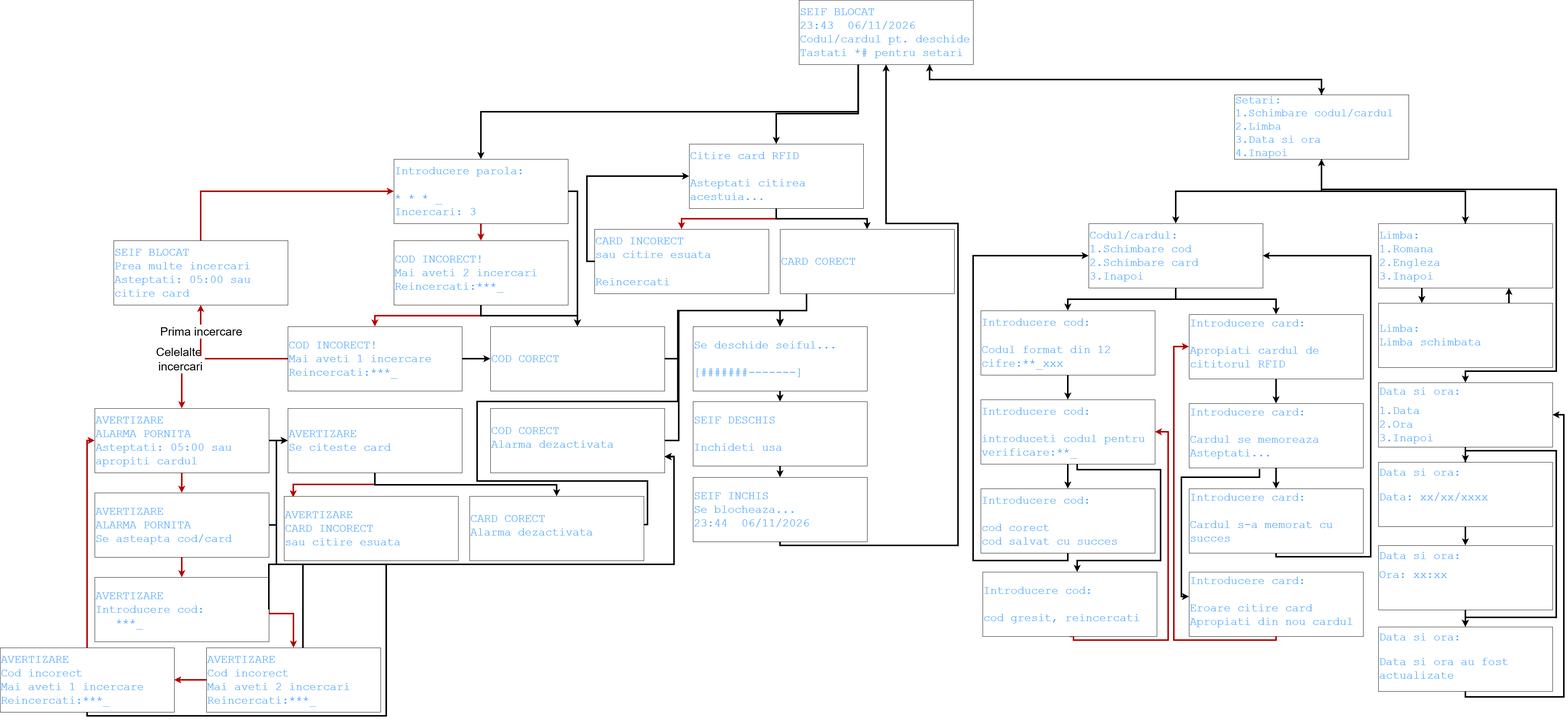
The draw.io diagram Doc/Display interface.png in ANTzacalie/STM32-Based-Electronic-Safe, before a commit. Source tidied: cells renumbered, new cells last; positions are measured from the earlier drawing's top-left corner, leaving out a move shared by most shapes.
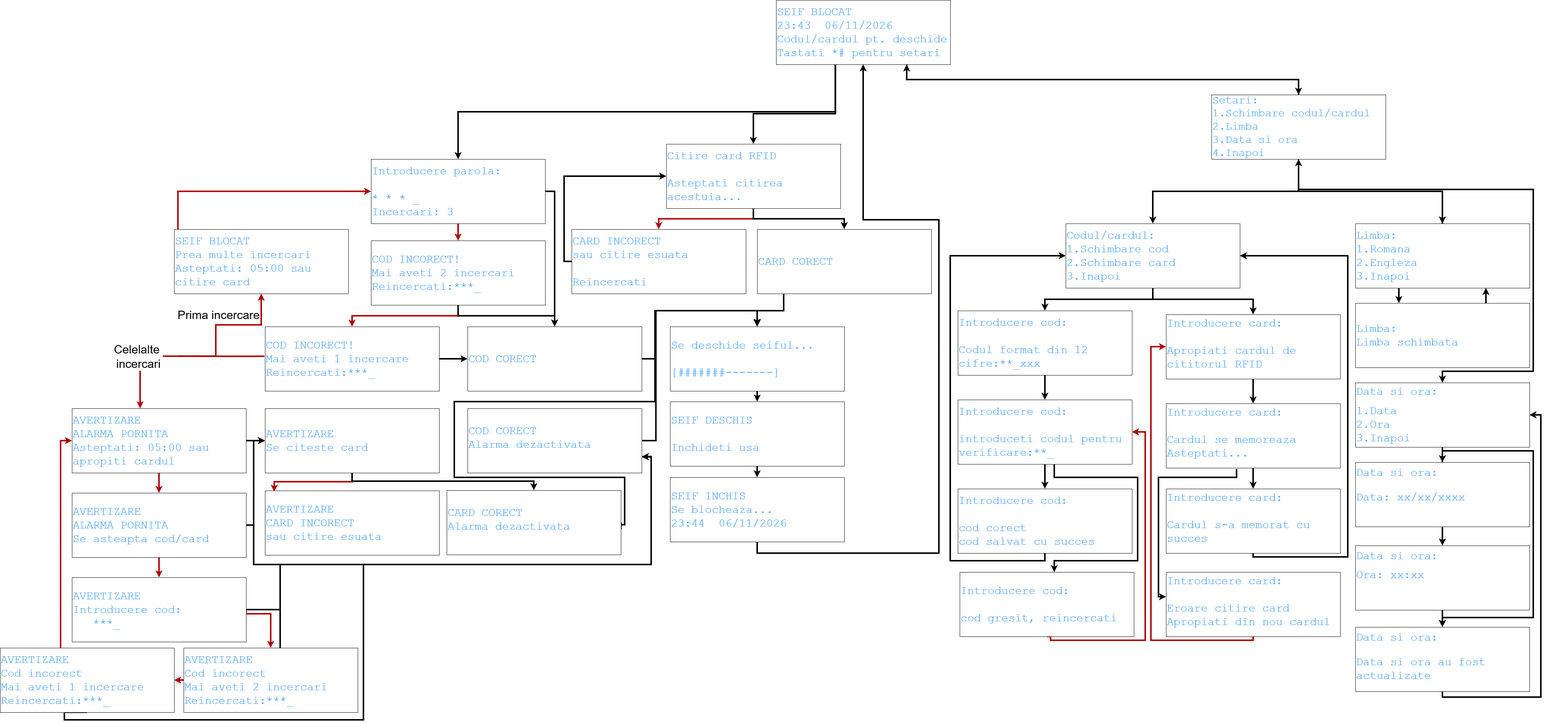
After the commit.

The edit, as a diff of the source:
```diff
@@ -27,7 +27,7 @@
       </mxGeometry>
     </mxCell>
     <mxCell id="7" value="&lt;span style=&quot;color: rgb(74, 163, 255); font-family: &amp;quot;Courier New&amp;quot;, Courier, monospace; font-size: 30px; white-space: pre;&quot;&gt;SEIF BLOCAT&lt;br&gt;Prea multe incercari&lt;br&gt;Asteptati: 05:00 sau &lt;/span&gt;&lt;div&gt;&lt;span style=&quot;color: rgb(74, 163, 255); font-family: &amp;quot;Courier New&amp;quot;, Courier, monospace; font-size: 30px; white-space: pre;&quot;&gt;citire card&lt;/span&gt;&lt;/div&gt;" style="rounded=0;whiteSpace=wrap;html=1;align=left;" parent="1" vertex="1">
-      <mxGeometry x="300" y="635" width="460" height="170" as="geometry" />
+      <mxGeometry x="520" y="605" width="460" height="170" as="geometry" />
     </mxCell>
     <mxCell id="8" style="edgeStyle=orthogonalEdgeStyle;rounded=0;jettySize=auto;html=1;defaultLabelBackgroundColor=page;strokeWidth=4;fillColor=#e51400;strokeColor=light-dark(#B20000,#FF5E23);" parent="1" edge="1" source="10" target="12">
       <mxGeometry relative="1" as="geometry" />
@@ -57,12 +57,12 @@
       <mxGeometry x="1830" y="1060" width="460" height="170" as="geometry" />
     </mxCell>
     <mxCell id="17" style="edgeStyle=orthogonalEdgeStyle;rounded=0;jettySize=auto;html=1;entryX=0.5;entryY=1;entryDx=0;entryDy=0;defaultLabelBackgroundColor=page;exitX=0.5;exitY=1;exitDx=0;exitDy=0;strokeWidth=4;strokeColor=light-dark(#000000,#00CC00);" parent="1" edge="1" source="18" target="5">
-      <mxGeometry x="-0.01" relative="1" as="geometry">
+      <mxGeometry x="0.01" relative="1" as="geometry">
         <Array as="points">
-          <mxPoint x="2060" y="1440" />
-          <mxPoint x="2530" y="1440" />
-          <mxPoint x="2530" y="590" />
-          <mxPoint x="2340" y="590" />
+          <mxPoint x="2060" y="1460" />
+          <mxPoint x="2540" y="1460" />
+          <mxPoint x="2540" y="580" />
+          <mxPoint x="2340" y="580" />
         </Array>
       </mxGeometry>
     </mxCell>
@@ -190,8 +190,8 @@
     <mxCell id="47" style="edgeStyle=orthogonalEdgeStyle;rounded=0;jettySize=auto;html=1;defaultLabelBackgroundColor=page;strokeWidth=4;exitX=0.554;exitY=0.971;exitDx=0;exitDy=0;exitPerimeter=0;entryX=0.543;entryY=0;entryDx=0;entryDy=0;entryPerimeter=0;" parent="1" edge="1" source="49" target="61">
       <mxGeometry x="0.32" relative="1" as="geometry">
         <Array as="points">
-          <mxPoint x="2844.8" y="1240" />
-          <mxPoint x="3065" y="1240" />
+          <mxPoint x="2844.8" y="1260" />
+          <mxPoint x="3065" y="1260" />
           <mxPoint x="3065" y="1480" />
           <mxPoint x="2844.8" y="1480" />
         </Array>
@@ -283,8 +283,8 @@
           <mxPoint x="1465" y="1395" />
           <mxPoint x="1465" y="1385" />
           <mxPoint x="1710" y="1385" />
-          <mxPoint x="1710" y="1270" />
-          <mxPoint x="1260" y="1270" />
+          <mxPoint x="1710" y="1260" />
+          <mxPoint x="1260" y="1260" />
           <mxPoint x="1260" y="1060" />
           <mxPoint x="1790" y="1060" />
           <mxPoint x="1790" y="820" />
@@ -293,7 +293,7 @@
       </mxGeometry>
     </mxCell>
     <mxCell id="65" value="&lt;font face=&quot;Courier New, Courier, monospace&quot;&gt;&lt;span style=&quot;font-size: 30px; white-space: pre;&quot;&gt;CARD CORECT&lt;br&gt;Alarma dezactivata&lt;/span&gt;&lt;/font&gt;&lt;div&gt;&lt;br&gt;&lt;/div&gt;" style="rounded=0;whiteSpace=wrap;html=1;align=left;fontColor=#4AA3FF;" parent="1" vertex="1">
-      <mxGeometry x="1240" y="1310" width="460" height="170" as="geometry" />
+      <mxGeometry x="1240" y="1294" width="460" height="170" as="geometry" />
     </mxCell>
     <mxCell id="66" style="edgeStyle=orthogonalEdgeStyle;rounded=0;jettySize=auto;html=1;defaultLabelBackgroundColor=page;strokeWidth=4;strokeColor=light-dark(#B20000,#FF5E23);" parent="1" edge="1" source="68" target="72">
       <mxGeometry relative="1" as="geometry" />
@@ -334,8 +334,8 @@
     <mxCell id="74" style="edgeStyle=orthogonalEdgeStyle;rounded=0;jettySize=auto;html=1;exitX=0.5;exitY=1;exitDx=0;exitDy=0;defaultLabelBackgroundColor=page;strokeWidth=4;strokeColor=light-dark(#000000,#00CC00);entryX=0.5;entryY=0;entryDx=0;entryDy=0;" parent="1" edge="1" source="75" target="65">
       <mxGeometry x="0.81" relative="1" as="geometry">
         <Array as="points">
-          <mxPoint x="990" y="1280" />
-          <mxPoint x="1470" y="1280" />
+          <mxPoint x="990" y="1270" />
+          <mxPoint x="1470" y="1270" />
         </Array>
       </mxGeometry>
     </mxCell>
@@ -343,7 +343,7 @@
       <mxGeometry x="760" y="1078" width="460" height="170" as="geometry" />
     </mxCell>
     <mxCell id="76" value="&lt;div&gt;&lt;span style=&quot;font-family: &amp;quot;Courier New&amp;quot;, Courier, monospace; font-size: 30px; white-space: pre;&quot;&gt;AVERTIZARE&lt;/span&gt;&lt;/div&gt;&lt;div&gt;&lt;span style=&quot;font-family: &amp;quot;Courier New&amp;quot;, Courier, monospace; font-size: 30px; white-space: pre;&quot;&gt;CARD INCORECT&lt;/span&gt;&lt;br style=&quot;font-family: &amp;quot;Courier New&amp;quot;, Courier, monospace; font-size: 30px; white-space: pre;&quot;&gt;&lt;span style=&quot;font-family: &amp;quot;Courier New&amp;quot;, Courier, monospace; font-size: 30px; white-space: pre;&quot;&gt;sau citire esuata&lt;/span&gt;&lt;/div&gt;" style="rounded=0;whiteSpace=wrap;html=1;align=left;fontColor=#4AA3FF;" parent="1" vertex="1">
-      <mxGeometry x="750" y="1310" width="460" height="170" as="geometry" />
+      <mxGeometry x="760" y="1295" width="460" height="170" as="geometry" />
     </mxCell>
     <mxCell id="77" style="edgeStyle=orthogonalEdgeStyle;rounded=0;jettySize=auto;html=1;defaultLabelBackgroundColor=page;strokeWidth=4;strokeColor=light-dark(#B20000,#FF5E23);" parent="1" edge="1" source="79" target="87">
       <mxGeometry relative="1" as="geometry" />
@@ -365,22 +365,33 @@
     <mxCell id="81" value="&lt;span style=&quot;color: rgb(74, 163, 255); font-family: &amp;quot;Courier New&amp;quot;, Courier, monospace; font-size: 30px; white-space: pre;&quot;&gt;CARD CORECT&lt;br&gt;&lt;/span&gt;" style="rounded=0;whiteSpace=wrap;html=1;align=left;strokeWidth=1;" parent="1" vertex="1">
       <mxGeometry x="2060" y="605" width="460" height="170" as="geometry" />
     </mxCell>
-    <mxCell id="82" style="edgeStyle=orthogonalEdgeStyle;rounded=0;jettySize=auto;html=1;exitX=0;exitY=0.5;exitDx=0;exitDy=0;entryX=0.5;entryY=0;entryDx=0;entryDy=0;defaultLabelBackgroundColor=page;strokeWidth=4;strokeColor=light-dark(#B20000,#FF5E23);" parent="1" edge="1" source="87" target="68">
-      <mxGeometry relative="1" as="geometry" />
+    <mxCell id="82" style="edgeStyle=orthogonalEdgeStyle;rounded=0;jettySize=auto;html=1;exitX=-0.004;exitY=0.461;exitDx=0;exitDy=0;entryX=0.5;entryY=0;entryDx=0;entryDy=0;defaultLabelBackgroundColor=page;strokeWidth=4;strokeColor=light-dark(#B20000,#FF5E23);exitPerimeter=0;" parent="1" edge="1" source="87">
+      <mxGeometry x="0.09" relative="1" as="geometry">
+        <mxPoint x="430" y="1078" as="targetPoint" />
+        <Array as="points">
+          <mxPoint x="710" y="940.4" />
+          <mxPoint x="430" y="940" />
+        </Array>
+      </mxGeometry>
     </mxCell>
     <mxCell id="83" value="&lt;font style=&quot;font-size: 31px;&quot;&gt;Celelalte&amp;nbsp;&lt;/font&gt;&lt;div&gt;&lt;font style=&quot;font-size: 31px;&quot;&gt;incercari&lt;/font&gt;&lt;/div&gt;" style="edgeLabel;html=1;align=center;verticalAlign=middle;inheritText=1;defaultLabelBackgroundColor=page;" parent="82" vertex="1">
-      <mxGeometry x="0.1" y="4" relative="1" as="geometry">
+      <mxGeometry x="0.18" y="4" relative="1" as="geometry">
         <mxPoint x="-59" y="-4" as="offset" />
       </mxGeometry>
     </mxCell>
     <mxCell id="84" style="edgeStyle=orthogonalEdgeStyle;rounded=0;jettySize=auto;html=1;entryX=0.5;entryY=1;entryDx=0;entryDy=0;defaultLabelBackgroundColor=page;strokeWidth=4;strokeColor=light-dark(#B20000,#FF5E23);" parent="1" edge="1" target="7">
       <mxGeometry relative="1" as="geometry">
         <mxPoint x="530" y="940" as="sourcePoint" />
+        <Array as="points">
+          <mxPoint x="630" y="940" />
+          <mxPoint x="630" y="857.5" />
+          <mxPoint x="750" y="857.5" />
+        </Array>
       </mxGeometry>
     </mxCell>
     <mxCell id="85" value="&lt;font style=&quot;font-size: 31px;&quot;&gt;Prima incercare&lt;/font&gt;" style="edgeLabel;html=1;align=center;verticalAlign=middle;inheritText=1;defaultLabelBackgroundColor=page;" parent="84" vertex="1">
       <mxGeometry x="-0.02" y="1" relative="1" as="geometry">
-        <mxPoint x="1" as="offset" />
+        <mxPoint x="1" y="-26" as="offset" />
       </mxGeometry>
     </mxCell>
     <mxCell id="86" style="edgeStyle=orthogonalEdgeStyle;rounded=0;jettySize=auto;html=1;defaultLabelBackgroundColor=page;strokeWidth=4;strokeColor=light-dark(#000000,#00CC00);" parent="1" edge="1" source="87" target="89">
@@ -429,14 +440,19 @@
     <mxCell id="94" value="&lt;font face=&quot;Courier New, Courier, monospace&quot;&gt;&lt;span style=&quot;font-size: 30px; white-space: pre;&quot;&gt;AVERTIZARE&lt;/span&gt;&lt;/font&gt;&lt;div&gt;&lt;font face=&quot;Courier New, Courier, monospace&quot;&gt;&lt;span style=&quot;font-size: 30px; white-space: pre;&quot;&gt;Cod incorect&lt;br&gt;&lt;/span&gt;&lt;/font&gt;&lt;div&gt;&lt;font face=&quot;Courier New, Courier, monospace&quot;&gt;&lt;span style=&quot;font-size: 30px; white-space: pre;&quot;&gt;Mai aveti 2 incercari&lt;/span&gt;&lt;/font&gt;&lt;/div&gt;&lt;/div&gt;&lt;div&gt;&lt;font face=&quot;Courier New, Courier, monospace&quot;&gt;&lt;span style=&quot;font-size: 30px; white-space: pre;&quot;&gt;Reincercati:***_&lt;/span&gt;&lt;/font&gt;&lt;/div&gt;" style="rounded=0;whiteSpace=wrap;html=1;align=left;fontColor=#4AA3FF;" parent="1" vertex="1">
       <mxGeometry x="545" y="1710" width="460" height="170" as="geometry" />
     </mxCell>
-    <mxCell id="95" style="edgeStyle=orthogonalEdgeStyle;rounded=0;jettySize=auto;html=1;entryX=0;entryY=0.5;entryDx=0;entryDy=0;defaultLabelBackgroundColor=page;strokeWidth=4;exitX=0.5;exitY=0;exitDx=0;exitDy=0;strokeColor=light-dark(#B20000,#FF5E23);" parent="1" edge="1" source="97" target="68">
-      <mxGeometry x="-0.76" relative="1" as="geometry" />
+    <mxCell id="95" style="edgeStyle=orthogonalEdgeStyle;rounded=0;jettySize=auto;html=1;entryX=0;entryY=0.5;entryDx=0;entryDy=0;defaultLabelBackgroundColor=page;strokeWidth=4;exitX=0.348;exitY=0.006;exitDx=0;exitDy=0;strokeColor=light-dark(#B20000,#FF5E23);exitPerimeter=0;" parent="1" edge="1" source="97" target="68">
+      <mxGeometry x="-0.98" relative="1" as="geometry">
+        <Array as="points">
+          <mxPoint x="220" y="1163" />
+        </Array>
+      </mxGeometry>
     </mxCell>
     <mxCell id="96" style="edgeStyle=orthogonalEdgeStyle;rounded=0;jettySize=auto;html=1;exitX=0.5;exitY=1;exitDx=0;exitDy=0;entryX=1;entryY=0.75;entryDx=0;entryDy=0;defaultLabelBackgroundColor=page;strokeWidth=4;strokeColor=light-dark(#000000,#00CC00);" parent="1" edge="1" source="97" target="63">
       <mxGeometry x="-0.45" relative="1" as="geometry">
         <Array as="points">
-          <mxPoint x="230" y="1890" />
-          <mxPoint x="1020" y="1890" />
+          <mxPoint x="230" y="1880" />
+          <mxPoint x="230" y="1900" />
+          <mxPoint x="1020" y="1900" />
           <mxPoint x="1020" y="1490" />
           <mxPoint x="1780" y="1490" />
           <mxPoint x="1780" y="1205.5" />
@@ -444,12 +460,13 @@
       </mxGeometry>
     </mxCell>
     <mxCell id="97" value="&lt;font face=&quot;Courier New, Courier, monospace&quot;&gt;&lt;span style=&quot;font-size: 30px; white-space: pre;&quot;&gt;AVERTIZARE&lt;/span&gt;&lt;/font&gt;&lt;div&gt;&lt;font face=&quot;Courier New, Courier, monospace&quot;&gt;&lt;span style=&quot;font-size: 30px; white-space: pre;&quot;&gt;Cod incorect&lt;br&gt;&lt;/span&gt;&lt;/font&gt;&lt;div&gt;&lt;font face=&quot;Courier New, Courier, monospace&quot;&gt;&lt;span style=&quot;font-size: 30px; white-space: pre;&quot;&gt;Mai aveti 1 incercare&lt;/span&gt;&lt;/font&gt;&lt;/div&gt;&lt;/div&gt;&lt;div&gt;&lt;font face=&quot;Courier New, Courier, monospace&quot;&gt;&lt;span style=&quot;font-size: 30px; white-space: pre;&quot;&gt;Reincercati:***_&lt;/span&gt;&lt;/font&gt;&lt;/div&gt;" style="rounded=0;whiteSpace=wrap;html=1;align=left;fontColor=#4AA3FF;" parent="1" vertex="1">
-      <mxGeometry y="1710" width="460" height="170" as="geometry" />
+      <mxGeometry x="60" y="1710" width="460" height="170" as="geometry" />
     </mxCell>
     <mxCell id="98" style="edgeStyle=orthogonalEdgeStyle;rounded=0;jettySize=auto;html=1;exitX=1;exitY=0.5;exitDx=0;exitDy=0;defaultLabelBackgroundColor=page;strokeWidth=4;strokeColor=light-dark(#000000,#00CC00);entryX=1;entryY=0.75;entryDx=0;entryDy=0;" parent="1" edge="1" source="91" target="63">
       <mxGeometry x="-0.15" relative="1" as="geometry">
         <Array as="points">
-          <mxPoint x="710" y="1490" />
+          <mxPoint x="800" y="1609" />
+          <mxPoint x="800" y="1490" />
           <mxPoint x="1780" y="1490" />
           <mxPoint x="1780" y="1205.5" />
         </Array>
```
